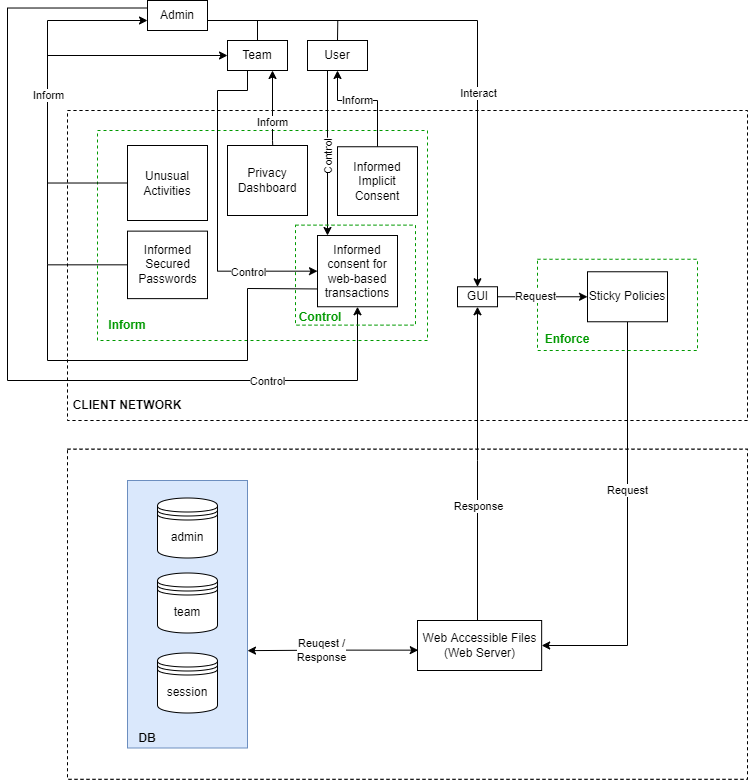
Above: Process_Oriented_Strategies_class_diagram.drawio.png in claudialorusso/CivicSense (draw.io), before the change. Source tidied: cells renumbered, new cells last; positions are measured from the earlier drawing's top-left corner, leaving out a move shared by most shapes.
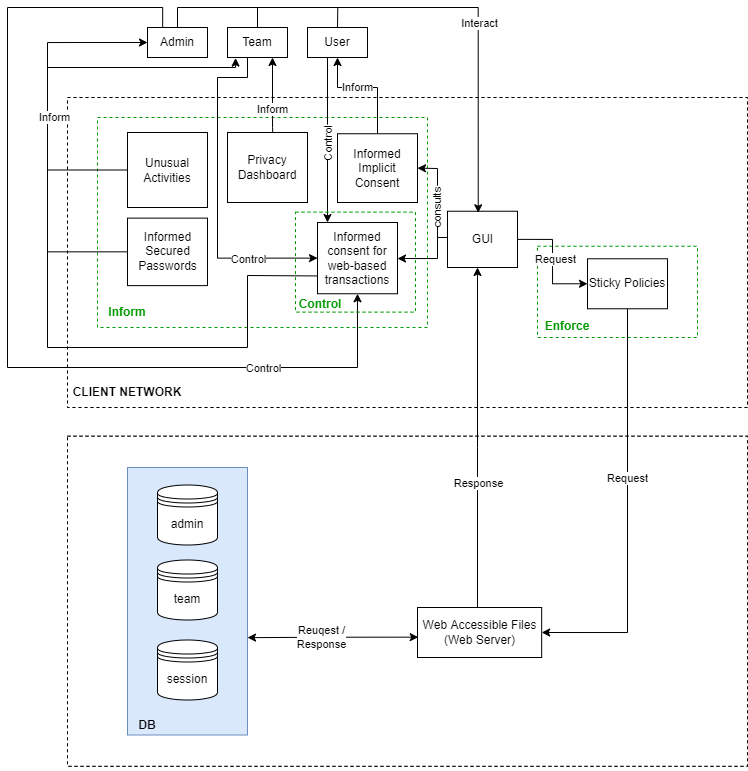
After the commit.

What changed in the source:
```diff
@@ -182,8 +182,16 @@
     <mxCell id="47" value="Response" style="edgeLabel;html=1;align=center;verticalAlign=middle;fontColor=#000000;" parent="46" vertex="1">
       <mxGeometry x="0.27" y="1" relative="1" as="geometry" />
     </mxCell>
+    <mxCell id="95" style="edgeStyle=orthogonalEdgeStyle;rounded=0;jettySize=auto;html=1;endArrow=classic;endFill=1;" parent="1" edge="1" source="48" target="94">
+      <mxGeometry relative="1" as="geometry">
+        <Array as="points">
+          <mxPoint x="430" y="250" />
+          <mxPoint x="430" y="271" />
+        </Array>
+      </mxGeometry>
+    </mxCell>
     <mxCell id="48" value="GUI" style="html=1;" parent="1" vertex="1">
-      <mxGeometry x="450" y="286.3" width="40" height="20" as="geometry" />
+      <mxGeometry x="440" y="223.7" width="70" height="56.3" as="geometry" />
     </mxCell>
     <mxCell id="49" style="edgeStyle=orthogonalEdgeStyle;rounded=0;jettySize=auto;html=1;startArrow=none;startFill=0;endArrow=none;endFill=0;" parent="1" edge="1" source="50">
       <mxGeometry relative="1" as="geometry">
@@ -217,20 +225,21 @@
     <mxCell id="55" value="User" style="rounded=0;whiteSpace=wrap;html=1;" parent="1" vertex="1">
       <mxGeometry x="300" y="40" width="60" height="30" as="geometry" />
     </mxCell>
-    <mxCell id="56" style="edgeStyle=orthogonalEdgeStyle;rounded=0;jettySize=auto;html=1;fontColor=#009900;startArrow=none;startFill=0;endArrow=classic;endFill=1;entryX=0.5;entryY=0;entryDx=0;entryDy=0;" parent="1" edge="1" source="60" target="48">
+    <mxCell id="56" style="edgeStyle=orthogonalEdgeStyle;rounded=0;jettySize=auto;html=1;fontColor=#009900;startArrow=none;startFill=0;endArrow=classic;endFill=1;entryX=0.439;entryY=0.027;entryDx=0;entryDy=0;entryPerimeter=0;" parent="1" edge="1" source="60" target="48">
       <mxGeometry relative="1" as="geometry">
         <Array as="points">
-          <mxPoint x="470" y="20" />
+          <mxPoint x="471" y="20" />
         </Array>
       </mxGeometry>
     </mxCell>
     <mxCell id="57" value="&lt;font color=&quot;#000000&quot;&gt;Interact&lt;/font&gt;" style="edgeLabel;html=1;align=center;verticalAlign=middle;fontColor=#009900;" parent="56" vertex="1">
       <mxGeometry x="0.28" y="1" relative="1" as="geometry" />
     </mxCell>
-    <mxCell id="58" style="edgeStyle=orthogonalEdgeStyle;rounded=0;jettySize=auto;html=1;exitX=0;exitY=0.25;exitDx=0;exitDy=0;endArrow=classic;endFill=1;entryX=0.5;entryY=1;entryDx=0;entryDy=0;" parent="1" edge="1" source="60" target="94">
+    <mxCell id="58" style="edgeStyle=orthogonalEdgeStyle;rounded=0;jettySize=auto;html=1;exitX=0.253;exitY=0.032;exitDx=0;exitDy=0;endArrow=classic;endFill=1;entryX=0.5;entryY=1;entryDx=0;entryDy=0;exitPerimeter=0;" parent="1" edge="1" source="60" target="94">
       <mxGeometry relative="1" as="geometry">
         <Array as="points">
-          <mxPoint y="8" />
+          <mxPoint x="155" y="20" />
+          <mxPoint y="20" />
           <mxPoint y="380" />
           <mxPoint x="350" y="380" />
         </Array>
@@ -240,7 +249,7 @@
       <mxGeometry x="0.65" y="-1" relative="1" as="geometry" />
     </mxCell>
     <mxCell id="60" value="Admin" style="rounded=0;whiteSpace=wrap;html=1;" parent="1" vertex="1">
-      <mxGeometry x="140" width="60" height="30" as="geometry" />
+      <mxGeometry x="140" y="40" width="60" height="30" as="geometry" />
     </mxCell>
     <mxCell id="61" style="edgeStyle=orthogonalEdgeStyle;rounded=0;jettySize=auto;html=1;startArrow=classic;startFill=1;endArrow=none;endFill=0;entryX=0.566;entryY=0.013;entryDx=0;entryDy=0;exitX=0.75;exitY=1;exitDx=0;exitDy=0;entryPerimeter=0;" parent="1" edge="1" source="65" target="78">
       <mxGeometry relative="1" as="geometry">
@@ -255,11 +264,12 @@
         <mxPoint x="-1" y="3" as="offset" />
       </mxGeometry>
     </mxCell>
-    <mxCell id="63" style="edgeStyle=orthogonalEdgeStyle;rounded=0;jettySize=auto;html=1;fontColor=#009900;startArrow=classic;startFill=1;endArrow=none;endFill=0;exitX=0;exitY=0.5;exitDx=0;exitDy=0;" parent="1" edge="1" source="65">
+    <mxCell id="63" style="edgeStyle=orthogonalEdgeStyle;rounded=0;jettySize=auto;html=1;fontColor=#009900;startArrow=classic;startFill=1;endArrow=none;endFill=0;exitX=0.135;exitY=1.019;exitDx=0;exitDy=0;exitPerimeter=0;" parent="1" edge="1" source="65">
       <mxGeometry relative="1" as="geometry">
         <mxPoint x="40" y="80" as="targetPoint" />
         <Array as="points">
-          <mxPoint x="40" y="55" />
+          <mxPoint x="228" y="80" />
+          <mxPoint x="40" y="80" />
         </Array>
       </mxGeometry>
     </mxCell>
@@ -320,13 +330,11 @@
     <mxCell id="78" value="Privacy Dashboard" style="rounded=0;whiteSpace=wrap;html=1;" parent="1" vertex="1">
       <mxGeometry x="220" y="145" width="80" height="70" as="geometry" />
     </mxCell>
-    <mxCell id="79" style="edgeStyle=orthogonalEdgeStyle;rounded=0;jettySize=auto;html=1;startArrow=none;startFill=0;endArrow=classic;endFill=1;exitX=0;exitY=0.5;exitDx=0;exitDy=0;" parent="1" edge="1" source="81">
+    <mxCell id="79" style="edgeStyle=orthogonalEdgeStyle;rounded=0;jettySize=auto;html=1;startArrow=none;startFill=0;endArrow=classic;endFill=1;exitX=0;exitY=0.5;exitDx=0;exitDy=0;entryX=0;entryY=0.5;entryDx=0;entryDy=0;" parent="1" edge="1" source="81" target="60">
       <mxGeometry relative="1" as="geometry">
-        <mxPoint x="140" y="20" as="targetPoint" />
         <Array as="points">
-          <mxPoint x="40" y="182" />
-          <mxPoint x="40" y="20" />
-          <mxPoint x="140" y="20" />
+          <mxPoint x="40" y="183" />
+          <mxPoint x="40" y="55" />
         </Array>
       </mxGeometry>
     </mxCell>
@@ -382,7 +390,7 @@
     </mxCell>
     <mxCell id="91" value="Request" style="edgeLabel;html=1;align=center;verticalAlign=middle;fontColor=#000000;" parent="90" vertex="1">
       <mxGeometry x="0.24" relative="1" as="geometry">
-        <mxPoint x="3" as="offset" />
+        <mxPoint x="3" y="11" as="offset" />
       </mxGeometry>
     </mxCell>
     <mxCell id="92" value="Sticky Policies" style="rounded=0;whiteSpace=wrap;html=1;fontColor=#000000;strokeColor=#000000;fillColor=default;" parent="1" vertex="1">
@@ -401,5 +409,18 @@
     <mxCell id="94" value="Informed consent for&lt;br&gt;web-based&lt;br&gt;transactions" style="rounded=0;whiteSpace=wrap;html=1;" parent="1" vertex="1">
       <mxGeometry x="310" y="235" width="80" height="71.2" as="geometry" />
     </mxCell>
+    <mxCell id="96" style="endArrow=classic;html=1;rounded=0;entryX=1;entryY=0.5;entryDx=0;entryDy=0;" parent="1" edge="1" target="53">
+      <mxGeometry relative="1" as="geometry">
+        <mxPoint x="430" y="250" as="sourcePoint" />
+        <Array as="points">
+          <mxPoint x="430" y="181" />
+        </Array>
+      </mxGeometry>
+    </mxCell>
+    <mxCell id="97" value="consults" style="edgeLabel;html=1;align=center;verticalAlign=middle;rotation=-90;" parent="96" vertex="1">
+      <mxGeometry x="-0.41" relative="1" as="geometry">
+        <mxPoint y="-4" as="offset" />
+      </mxGeometry>
+    </mxCell>
   </root>
 </mxGraphModel>
```
